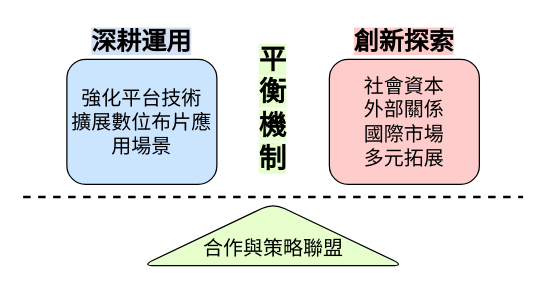
Before: 論文ver1/圖片/第四階段平衡機制.drawio in carina419/NTUST, a draw.io diagram. Source tidied: cells renumbered, new cells numbered last; positions are measured from the earlier drawing's top-left corner, leaving out a move shared by most shapes. Both pictures are drawn from the tidied source at 125%, with x=0, y=0 at pixel (22, 21).
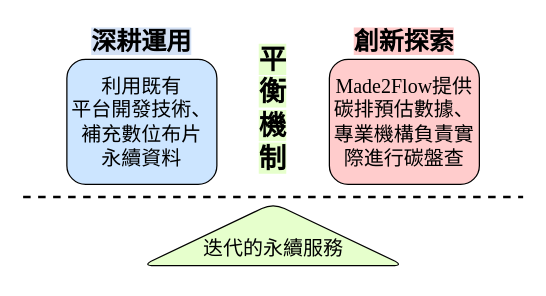
Above is the later version.

The edit, as a diff of the source:
```diff
@@
 <mxGraphModel>
   <root>
     <mxCell id="0" />
     <mxCell id="1" parent="0" />
     <mxCell id="2" style="triangle;whiteSpace=wrap;html=1;rounded=1;rotation=-90;fillColor=#E6FFCC;" parent="1" vertex="1">
       <mxGeometry x="175" y="65" width="50" height="210" as="geometry" />
     </mxCell>
     <mxCell id="3" style="endArrow=none;dashed=1;html=1;rounded=0;strokeWidth=2;strokeColor=default;" parent="1" edge="1">
       <mxGeometry relative="1" as="geometry">
         <mxPoint y="140" as="sourcePoint" />
         <mxPoint x="400" y="140" as="targetPoint" />
       </mxGeometry>
     </mxCell>
-    <mxCell id="4" value="&lt;div&gt;&lt;div&gt;&lt;font face=&quot;標楷體&quot;&gt;&lt;span style=&quot;font-size: 16px;&quot;&gt;強化平台技術&lt;/span&gt;&lt;br&gt;&lt;span style=&quot;font-size: 16px;&quot;&gt;擴展數位布片應用場景&lt;/span&gt;&lt;/font&gt;&lt;/div&gt;&lt;/div&gt;" style="rounded=1;whiteSpace=wrap;html=1;fillColor=#CCE5FF;" parent="1" vertex="1">
+    <mxCell id="4" value="&lt;div&gt;&lt;span style=&quot;font-size: 16px; font-family: 標楷體; background-color: transparent; color: light-dark(rgb(0, 0, 0), rgb(255, 255, 255));&quot;&gt;利用既有&lt;/span&gt;&lt;/div&gt;&lt;div&gt;&lt;span style=&quot;font-size: 16px; font-family: 標楷體; background-color: transparent; color: light-dark(rgb(0, 0, 0), rgb(255, 255, 255));&quot;&gt;平台開發技術、&lt;/span&gt;&lt;/div&gt;&lt;div&gt;&lt;span style=&quot;font-size: 16px; font-family: 標楷體; background-color: transparent; color: light-dark(rgb(0, 0, 0), rgb(255, 255, 255));&quot;&gt;補充數位布片&lt;/span&gt;&lt;/div&gt;&lt;div&gt;&lt;span style=&quot;font-size: 16px; font-family: 標楷體; background-color: transparent; color: light-dark(rgb(0, 0, 0), rgb(255, 255, 255));&quot;&gt;永續資料&lt;/span&gt;&lt;/div&gt;" style="rounded=1;whiteSpace=wrap;html=1;fillColor=#CCE5FF;" parent="1" vertex="1">
       <mxGeometry x="35" y="30" width="120" height="100" as="geometry" />
     </mxCell>
-    <mxCell id="5" value="&lt;font face=&quot;標楷體&quot;&gt;&lt;span style=&quot;font-size: 16px;&quot;&gt;社會資本&lt;/span&gt;&lt;/font&gt;&lt;div&gt;&lt;font face=&quot;標楷體&quot;&gt;&lt;span style=&quot;font-size: 16px;&quot;&gt;外部關係&lt;/span&gt;&lt;/font&gt;&lt;/div&gt;&lt;div&gt;&lt;font face=&quot;標楷體&quot;&gt;&lt;span style=&quot;font-size: 16px;&quot;&gt;國際市場&lt;br&gt;多元拓展&lt;/span&gt;&lt;/font&gt;&lt;/div&gt;" style="rounded=1;whiteSpace=wrap;html=1;fillColor=#FFCCCC;" parent="1" vertex="1">
+    <mxCell id="5" value="&lt;span style=&quot;font-size:12.0pt;line-height:&amp;lt;br/&amp;gt;115%;font-family:&amp;quot;Times New Roman&amp;quot;,serif;mso-fareast-font-family:標楷體;&amp;lt;br/&amp;gt;mso-bidi-theme-font:minor-bidi;mso-ansi-language:EN-US;mso-fareast-language:&amp;lt;br/&amp;gt;ZH-TW;mso-bidi-language:AR-SA&quot; lang=&quot;EN-US&quot;&gt;Made2Flow&lt;/span&gt;&lt;span style=&quot;font-size: 16px; font-family: 標楷體; background-color: transparent; color: light-dark(rgb(0, 0, 0), rgb(255, 255, 255));&quot;&gt;提供碳排預估數據、專業機構負責實際進行碳盤查&lt;/span&gt;" style="rounded=1;whiteSpace=wrap;html=1;fillColor=#FFCCCC;" parent="1" vertex="1">
       <mxGeometry x="245" y="30" width="120" height="100" as="geometry" />
     </mxCell>
     <mxCell id="6" value="&lt;font style=&quot;font-size: 20px; background-color: rgb(212, 225, 245);&quot; face=&quot;標楷體&quot;&gt;&lt;b&gt;深耕運用&lt;/b&gt;&lt;/font&gt;" style="text;html=1;align=center;verticalAlign=middle;whiteSpace=wrap;rounded=0;" parent="1" vertex="1">
       <mxGeometry x="50" width="90" height="30" as="geometry" />
     </mxCell>
+    <mxCell id="10" style="edgeStyle=none;curved=1;rounded=0;jettySize=auto;html=1;fontSize=12;startSize=8;endSize=8;" parent="1" edge="1" source="7" target="5">
+      <mxGeometry relative="1" as="geometry" />
+    </mxCell>
     <mxCell id="7" value="&lt;font style=&quot;font-size: 20px; background-color: rgb(255, 204, 204);&quot; face=&quot;標楷體&quot;&gt;&lt;b&gt;創新探索&lt;/b&gt;&lt;/font&gt;" style="text;html=1;align=center;verticalAlign=middle;whiteSpace=wrap;rounded=0;" parent="1" vertex="1">
       <mxGeometry x="260" width="90" height="30" as="geometry" />
     </mxCell>
     <mxCell id="8" value="&lt;font style=&quot;font-size: 22px; background-color: rgb(230, 255, 204);&quot; face=&quot;標楷體&quot;&gt;&lt;b&gt;平衡機制&lt;/b&gt;&lt;/font&gt;" style="text;html=1;align=center;verticalAlign=middle;whiteSpace=wrap;rounded=0;" parent="1" vertex="1">
       <mxGeometry x="190" y="57.1" width="20" height="25.7" as="geometry" />
     </mxCell>
-    <mxCell id="9" value="&lt;p&gt;&lt;font face=&quot;標楷體&quot;&gt;&lt;span style=&quot;font-size: 16px;&quot;&gt;合作與策略聯盟&lt;/span&gt;&lt;/font&gt;&lt;/p&gt;" style="text;strokeColor=none;align=center;fillColor=none;html=1;verticalAlign=middle;whiteSpace=wrap;rounded=0;" parent="1" vertex="1">
+    <mxCell id="9" value="&lt;p&gt;&lt;font face=&quot;標楷體&quot;&gt;&lt;span style=&quot;font-size: 16px;&quot;&gt;迭代的永續服務&lt;/span&gt;&lt;/font&gt;&lt;/p&gt;" style="text;strokeColor=none;align=center;fillColor=none;html=1;verticalAlign=middle;whiteSpace=wrap;rounded=0;" parent="1" vertex="1">
       <mxGeometry x="142.5" y="166" width="115" height="30" as="geometry" />
     </mxCell>
   </root>
 </mxGraphModel>
```
